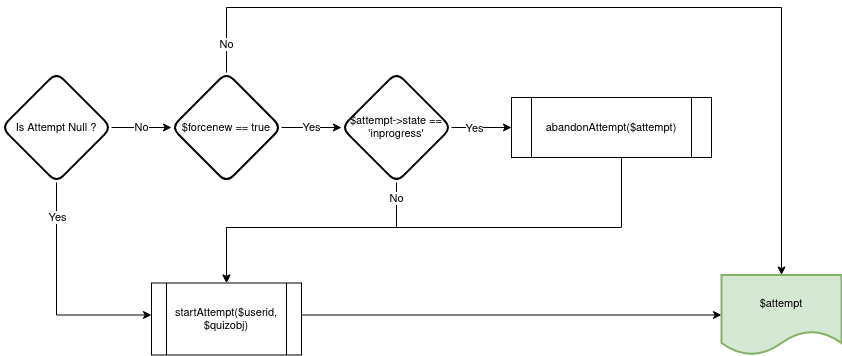
catalyst/moodle-local_headlessquiz keeps this draw.io diagram as pix/attemptflow.png. Above is the earlier version. Source tidied: cells renumbered, new cells last; positions are measured from the earlier drawing's top-left corner, leaving out a move shared by most shapes.
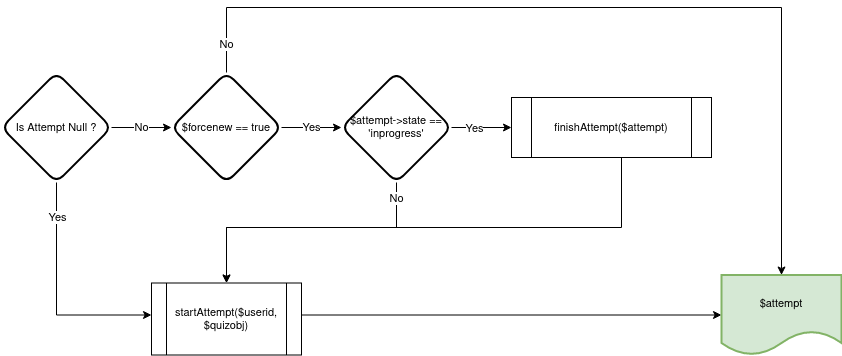
After the change.

Commit message:
docs: update flow diagram

The edit, as a diff of the source:
```diff
@@ -68,7 +68,7 @@
         </Array>
       </mxGeometry>
     </mxCell>
-    <mxCell id="16" value="abandonAttempt($attempt)" style="shape=process;whiteSpace=wrap;html=1;backgroundOutline=1;labelBackgroundColor=none;fontSize=11;fontColor=#000000;" parent="1" vertex="1">
+    <mxCell id="16" value="finishAttempt($attempt)" style="shape=process;whiteSpace=wrap;html=1;backgroundOutline=1;labelBackgroundColor=none;fontSize=11;fontColor=#000000;" parent="1" vertex="1">
       <mxGeometry x="510" y="90" width="200" height="60" as="geometry" />
     </mxCell>
     <mxCell id="17" value="startAttempt($userid, $quizobj)" style="shape=process;whiteSpace=wrap;html=1;backgroundOutline=1;labelBackgroundColor=none;fontSize=11;fontColor=#000000;" parent="1" vertex="1">
```
